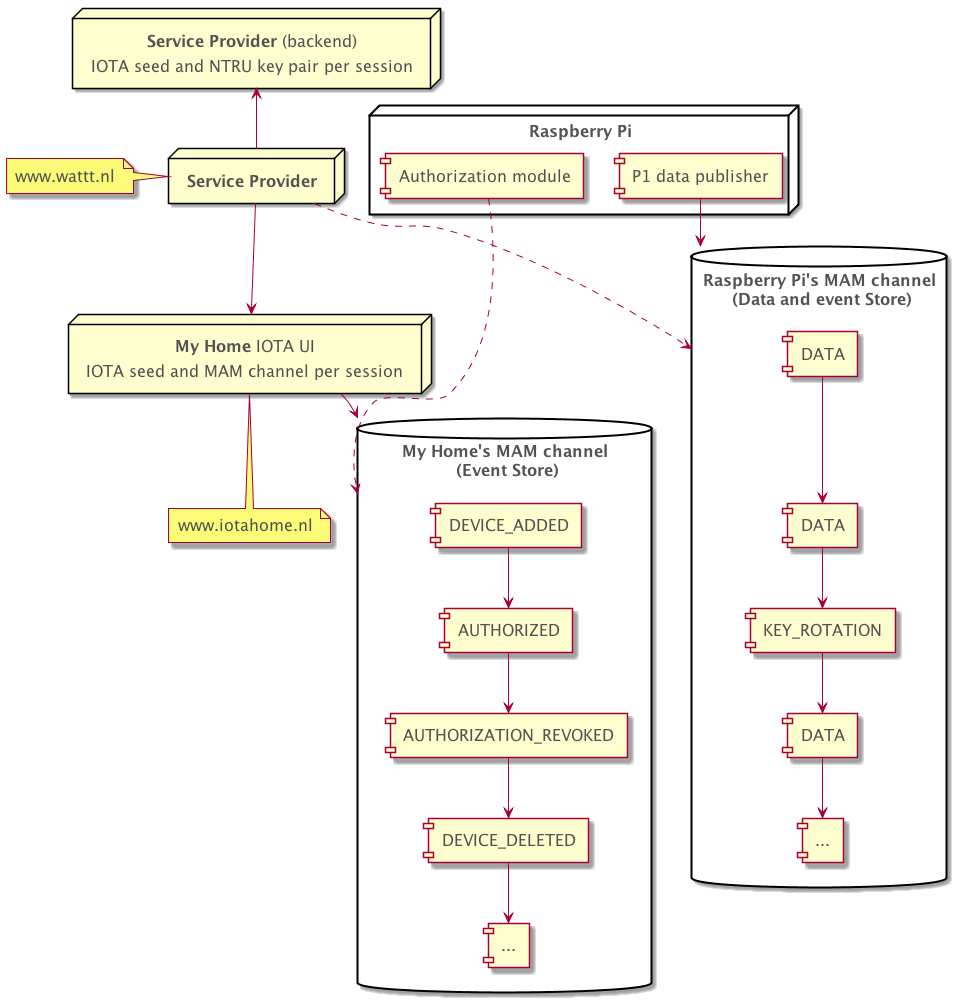
Above: docs/assets/component-diagram.png in alliander-opensource/decentralized-auth (PlantUML), before the change.
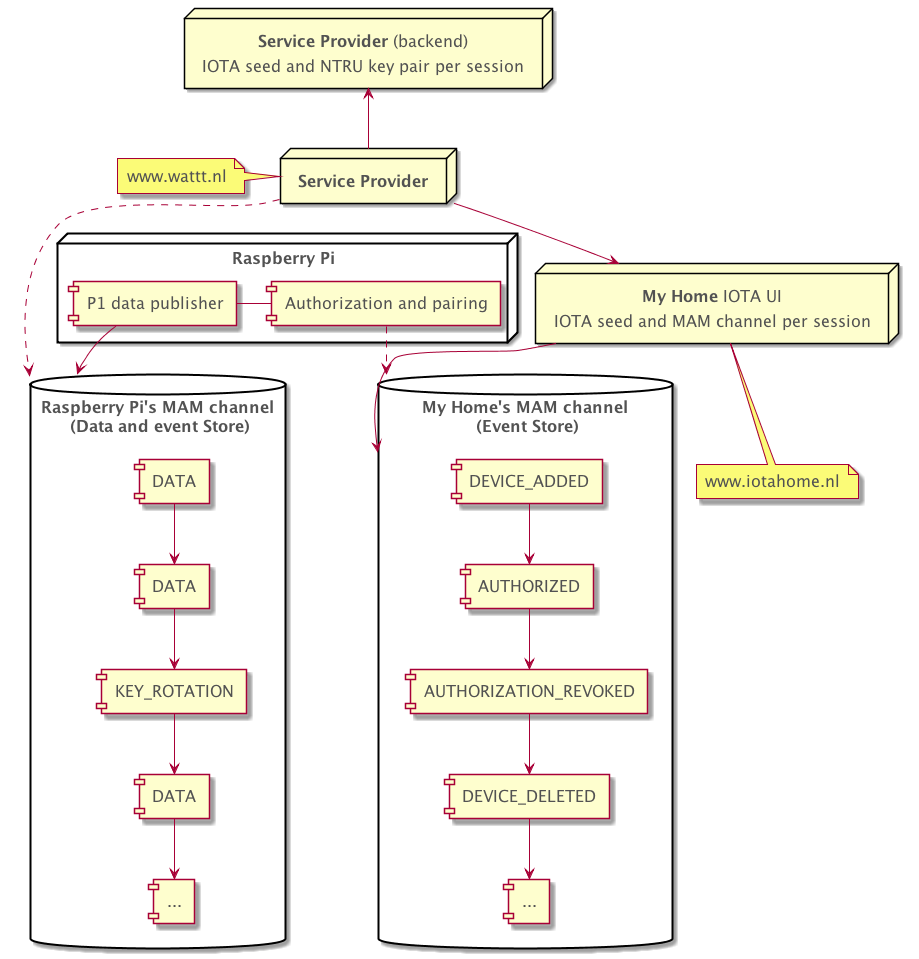
The same file after the commit.

Commit message:
doc: rename module to authorization and pairing

What changed in the source:
```diff
@@ -12,7 +12,8 @@
 
 node "**Raspberry Pi**" {
    [P1 data publisher] as device
-   [Authorization module] as device_auth_module
+   [Authorization and pairing] as device_auth_module
+   device - device_auth_module
 }
 
 node "**Service Provider** (backend)\nIOTA seed and NTRU key pair per session" as service_provider_backend
```
